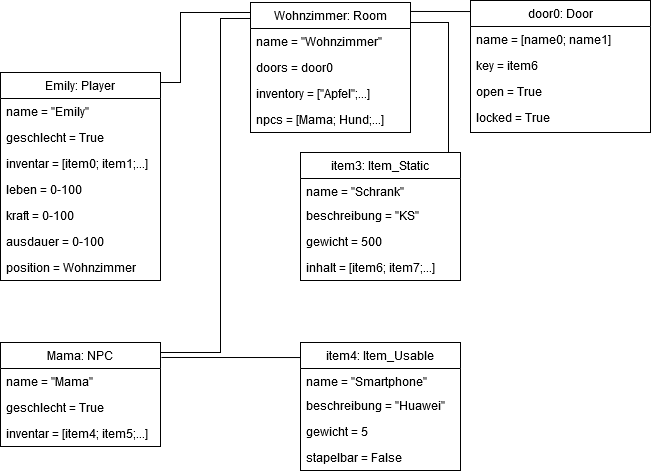
The draw.io diagram Objektdiagramm.png in Elegond/AE-Text-Adventure, before a commit. Source tidied: cells renumbered, new cells last; positions are measured from the earlier drawing's top-left corner, leaving out a move shared by most shapes.
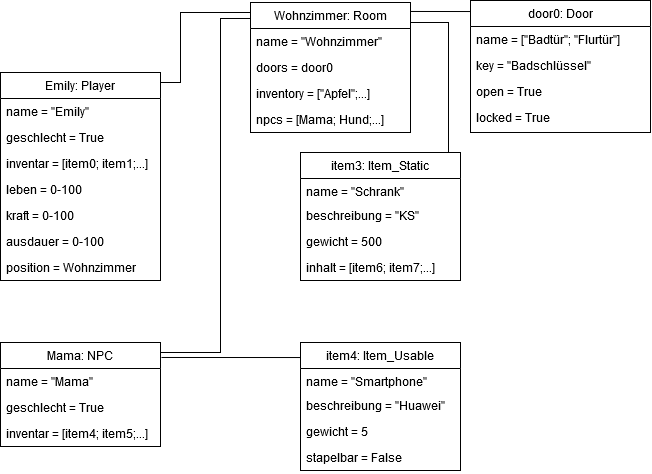
After the commit.

The edit, as a diff of the source:
```diff
@@ -112,10 +112,10 @@
     <mxCell id="29" value="door0: Door" style="swimlane;fontStyle=0;align=center;verticalAlign=top;horizontal=1;startSize=26;rounded=0;shadow=0;strokeWidth=1;" parent="1" vertex="1">
       <mxGeometry x="470" width="180" height="132" as="geometry" />
     </mxCell>
-    <mxCell id="30" value="name = [name0; name1]" style="text;align=left;verticalAlign=top;spacingLeft=4;spacingRight=4;overflow=hidden;" parent="29" vertex="1">
+    <mxCell id="30" value="name = [&quot;Badtür&quot;; &quot;Flurtür&quot;]" style="text;align=left;verticalAlign=top;spacingLeft=4;spacingRight=4;overflow=hidden;" parent="29" vertex="1">
       <mxGeometry y="26" width="180" height="26" as="geometry" />
     </mxCell>
-    <mxCell id="31" value="key = item6" style="text;align=left;verticalAlign=top;spacingLeft=4;spacingRight=4;overflow=hidden;" parent="29" vertex="1">
+    <mxCell id="31" value="key = &quot;Badschlüssel&quot;" style="text;align=left;verticalAlign=top;spacingLeft=4;spacingRight=4;overflow=hidden;" parent="29" vertex="1">
       <mxGeometry y="52" width="180" height="26" as="geometry" />
     </mxCell>
     <mxCell id="32" value="open = True" style="text;align=left;verticalAlign=top;spacingLeft=4;spacingRight=4;overflow=hidden;fontStyle=0;" parent="29" vertex="1">
```
